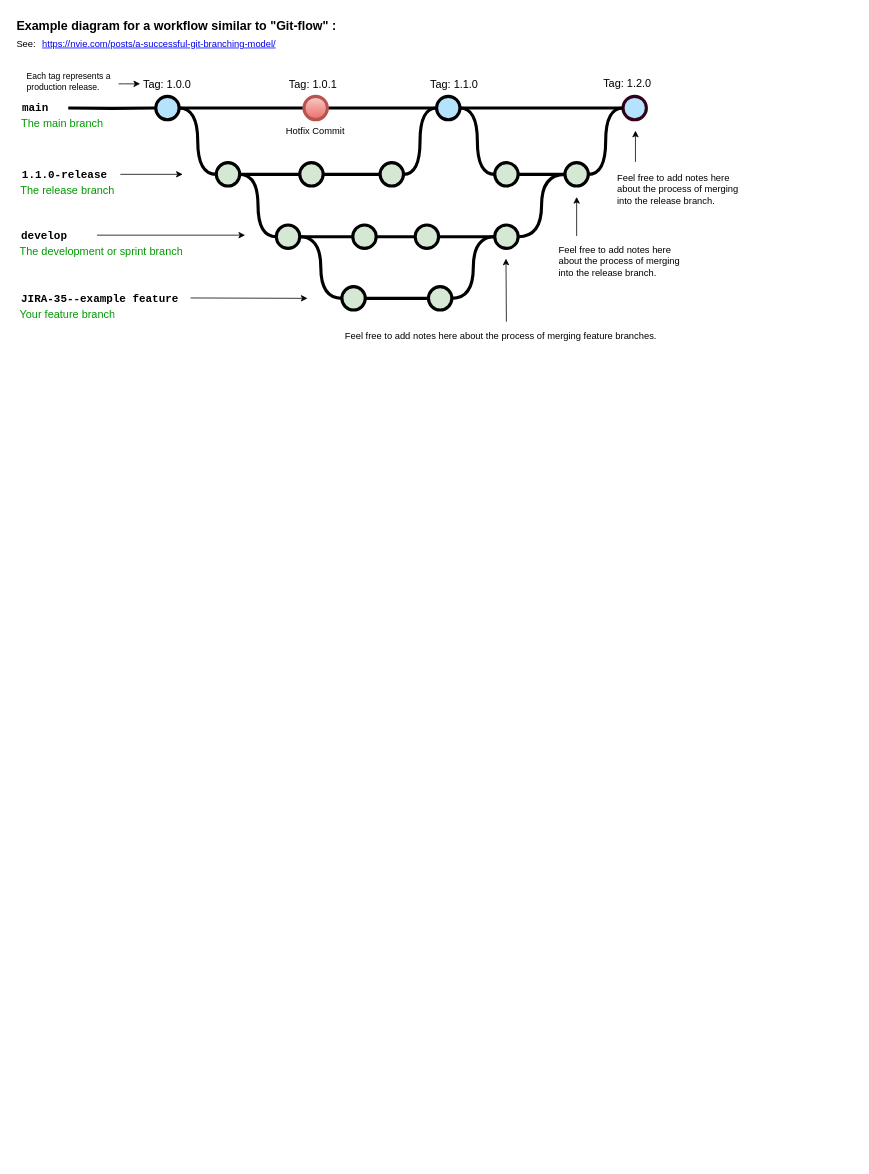
Before: 제목 없는 다이어그램.drawio in kor-sams-dev/github-action, a draw.io diagram. Source tidied: cells renumbered, new cells numbered last; positions are measured from the earlier drawing's top-left corner, leaving out a move shared by most shapes. Both pictures are drawn from the tidied source at 78%, with x=0, y=0 at pixel (15, 13).
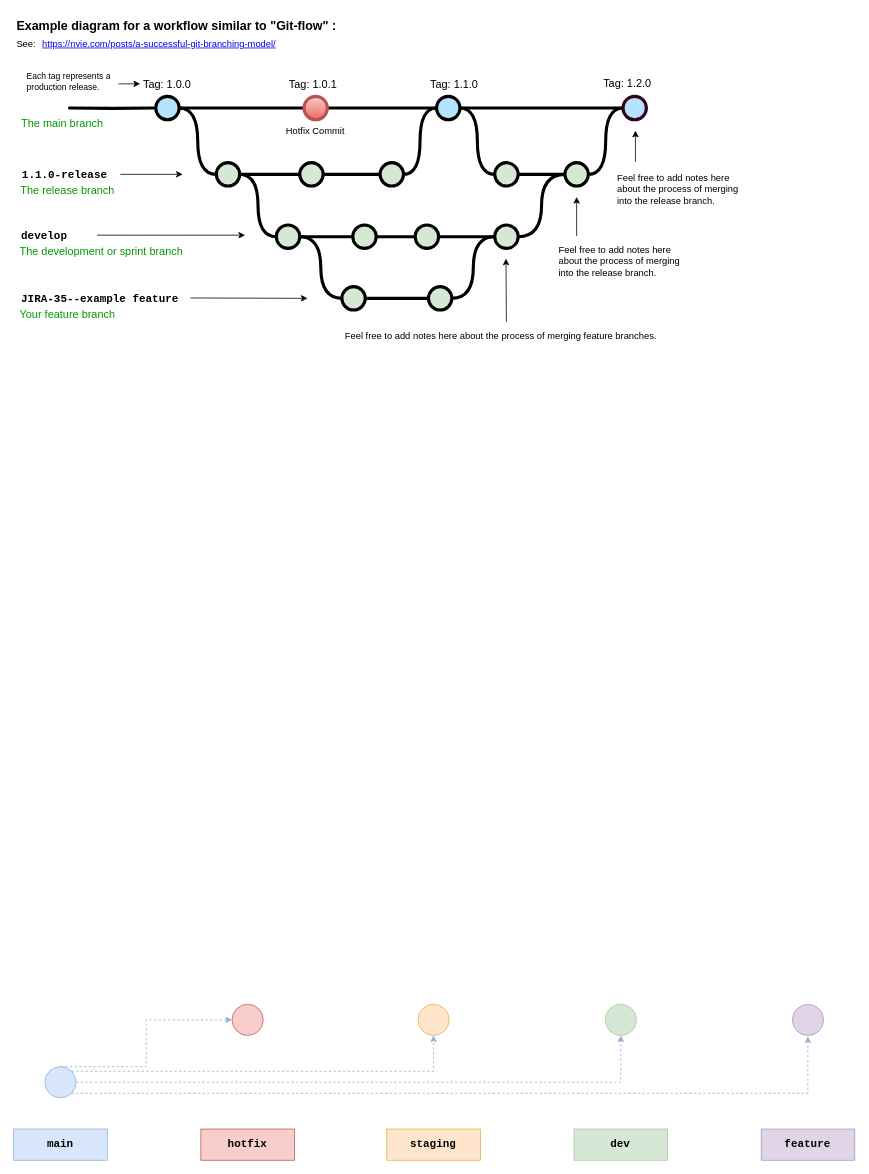
After the change.

Commit message:
제목 없는 다이어그램.drawio 업데이트

The edit, as a diff of the source:
```diff
@@
-    <mxCell id="11" value="main" style="text;html=1;strokeColor=none;fillColor=none;align=center;verticalAlign=middle;whiteSpace=wrap;overflow=hidden;fontSize=14;fontStyle=1;fontFamily=Courier New;" parent="1" vertex="1">
-      <mxGeometry x="1" y="100" width="50" height="42" as="geometry" />
+    <mxCell id="11" value="main" style="text;html=1;strokeColor=#92ADD3;fillColor=#D9E7FC;align=center;verticalAlign=middle;whiteSpace=wrap;overflow=hidden;fontSize=14;fontStyle=1;fontFamily=Courier New;fillStyle=auto;gradientColor=none;" parent="1" vertex="1">
+      <mxGeometry x="-2" y="1430" width="120" height="40" as="geometry" />
     </mxCell>
@@
+    <mxCell id="63" value="staging" style="text;html=1;strokeColor=#E1B44B;fillColor=#FEE5CB;align=center;verticalAlign=middle;whiteSpace=wrap;overflow=hidden;fontSize=14;fontStyle=1;fontFamily=Courier New;" parent="1" vertex="1">
+      <mxGeometry x="476.4" y="1430" width="120" height="40" as="geometry" />
+    </mxCell>
+    <mxCell id="64" value="dev" style="text;html=1;strokeColor=#A7CA95;fillColor=#D6E8D5;align=center;verticalAlign=middle;whiteSpace=wrap;overflow=hidden;fontSize=14;fontStyle=1;fontFamily=Courier New;" parent="1" vertex="1">
+      <mxGeometry x="716.4" y="1430" width="120" height="40" as="geometry" />
+    </mxCell>
+    <mxCell id="65" value="feature" style="text;html=1;strokeColor=#AF96BF;fillColor=#E0D5E6;align=center;verticalAlign=middle;whiteSpace=wrap;overflow=hidden;fontSize=14;fontStyle=1;fontFamily=Courier New;gradientColor=none;" parent="1" vertex="1">
+      <mxGeometry x="956.4" y="1430" width="120" height="40" as="geometry" />
+    </mxCell>
+    <mxCell id="66" value="hotfix" style="text;html=1;strokeColor=#BB5B5A;fillColor=#F8CDCC;align=center;verticalAlign=middle;whiteSpace=wrap;overflow=hidden;fontSize=14;fontStyle=1;fontFamily=Courier New;" parent="1" vertex="1">
+      <mxGeometry x="238" y="1430" width="120" height="40" as="geometry" />
+    </mxCell>
+    <mxCell id="67" style="edgeStyle=orthogonalEdgeStyle;rounded=0;jettySize=auto;html=1;entryX=0.5;entryY=1;entryDx=0;entryDy=0;strokeColor=#92ADD3;dashed=1;exitX=1;exitY=0;exitDx=0;exitDy=0;" parent="1" edge="1" source="69" target="71">
+      <mxGeometry relative="1" as="geometry" />
+    </mxCell>
+    <mxCell id="68" style="edgeStyle=orthogonalEdgeStyle;rounded=0;jettySize=auto;html=1;exitX=0.5;exitY=0;exitDx=0;exitDy=0;entryX=0;entryY=0.5;entryDx=0;entryDy=0;strokeColor=#92ADD3;dashed=1;" parent="1" edge="1" source="69" target="70">
+      <mxGeometry relative="1" as="geometry">
+        <Array as="points">
+          <mxPoint x="168" y="1350" />
+          <mxPoint x="168" y="1290" />
+        </Array>
+      </mxGeometry>
+    </mxCell>
+    <mxCell id="69" style="ellipse;whiteSpace=wrap;html=1;fillColor=#D9E7FC;strokeColor=#92ADD3;" parent="1" vertex="1">
+      <mxGeometry x="38" y="1350" width="40" height="40" as="geometry" />
+    </mxCell>
+    <mxCell id="70" style="ellipse;whiteSpace=wrap;html=1;fillColor=#F8CDCC;strokeColor=#BB5B5A;" parent="1" vertex="1">
+      <mxGeometry x="278" y="1270" width="40" height="40" as="geometry" />
+    </mxCell>
+    <mxCell id="71" style="ellipse;whiteSpace=wrap;html=1;fillColor=#FEE5CB;strokeColor=#E1B44B;" parent="1" vertex="1">
+      <mxGeometry x="516.4" y="1270" width="40" height="40" as="geometry" />
+    </mxCell>
+    <mxCell id="72" style="ellipse;whiteSpace=wrap;html=1;fillColor=#D6E8D5;strokeColor=#A7CA95;" parent="1" vertex="1">
+      <mxGeometry x="756.4" y="1270" width="40" height="40" as="geometry" />
+    </mxCell>
+    <mxCell id="73" style="ellipse;whiteSpace=wrap;html=1;fillColor=#E0D5E6;strokeColor=#AF96BF;" parent="1" vertex="1">
+      <mxGeometry x="996.4" y="1270" width="40" height="40" as="geometry" />
+    </mxCell>
+    <mxCell id="74" style="edgeStyle=orthogonalEdgeStyle;rounded=0;jettySize=auto;html=1;entryX=0.5;entryY=1;entryDx=0;entryDy=0;exitX=1;exitY=0.5;exitDx=0;exitDy=0;strokeColor=#92ADD3;dashed=1;" parent="1" edge="1" source="69" target="72">
+      <mxGeometry relative="1" as="geometry" />
+    </mxCell>
+    <mxCell id="75" style="edgeStyle=orthogonalEdgeStyle;rounded=0;jettySize=auto;html=1;exitX=1;exitY=1;exitDx=0;exitDy=0;entryX=0.496;entryY=1.029;entryDx=0;entryDy=0;entryPerimeter=0;strokeColor=#92ADD3;dashed=1;" parent="1" edge="1" source="69" target="73">
+      <mxGeometry relative="1" as="geometry" />
+    </mxCell>
```
